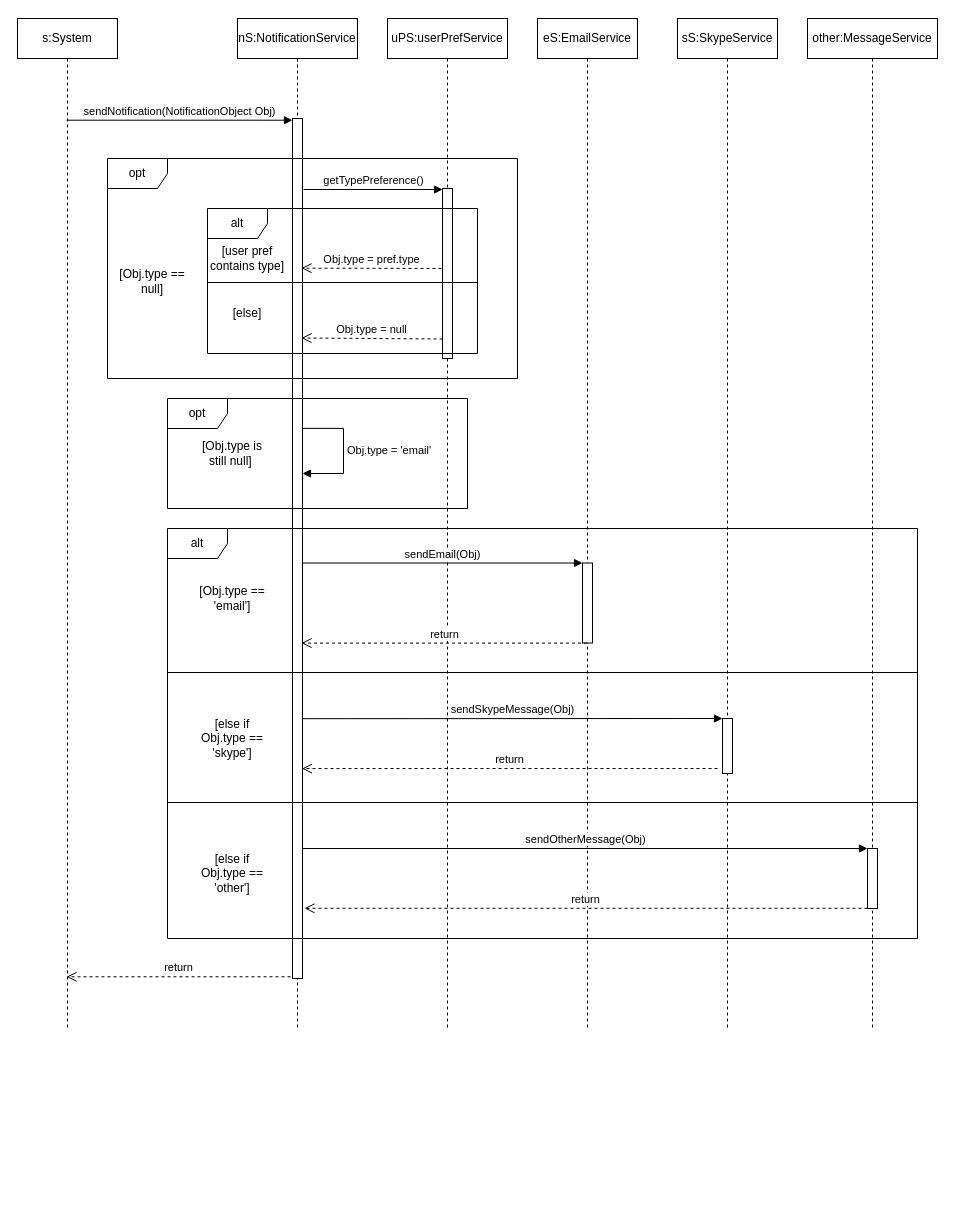
Earlier version of the draw.io diagram page "Sequence" (5 of 7) of Drawings/Microservices/Notifications/NotificationService.drawio (RMSLowside/rmslow). Source tidied: cells renumbered, new cells numbered last; positions are measured from the earlier drawing's top-left corner, leaving out a move shared by most shapes. Both pictures are drawn from the tidied source at 100%, with x=0, y=0 at pixel (17, 18).
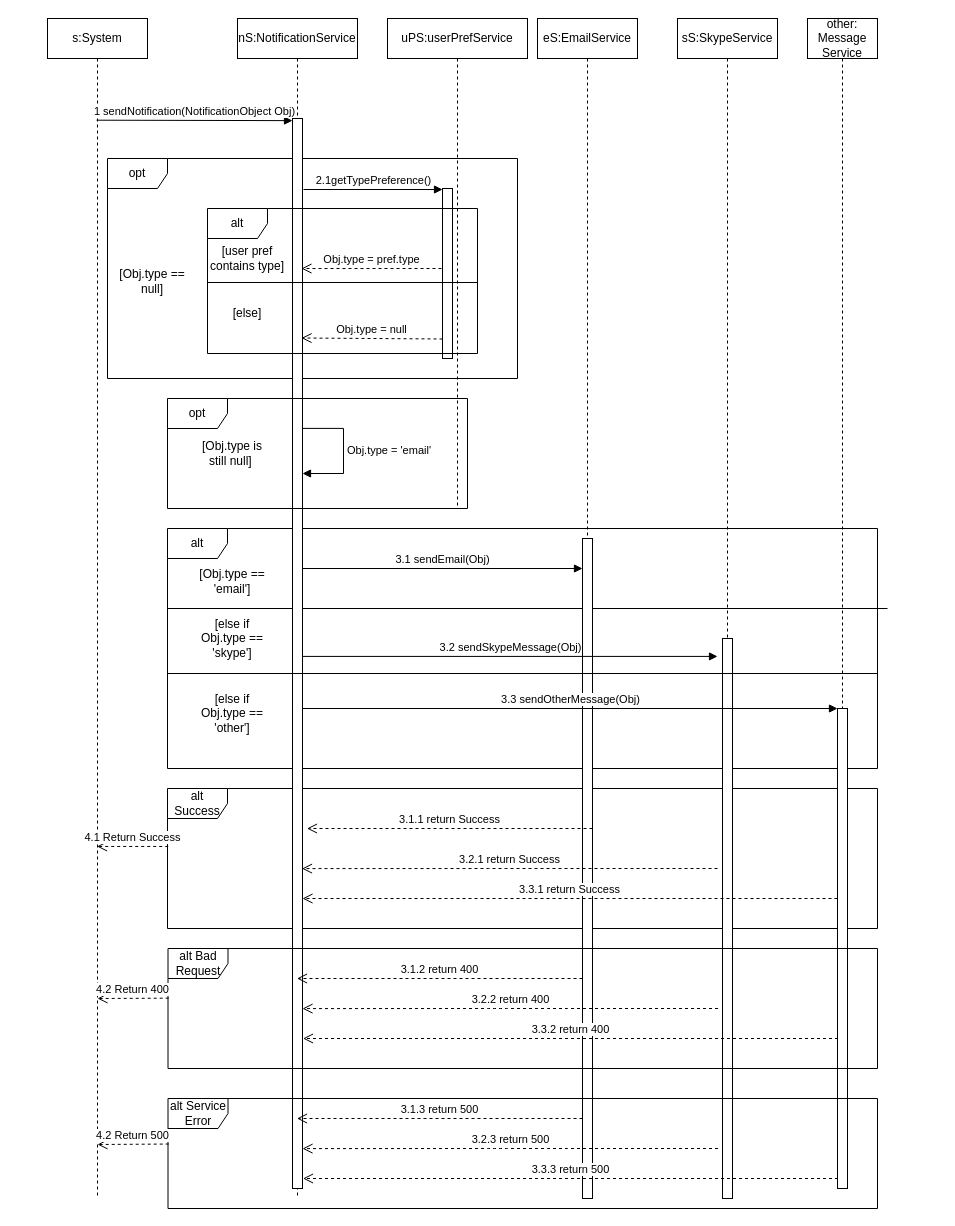
After the change.

Unchanged cells that the change refers to:
```xml
<mxCell id="36" value="alt" style="shape=umlFrame;whiteSpace=wrap;html=1;fontFamily=Helvetica;" parent="1" vertex="1">
  <mxGeometry x="190" y="190" width="270" height="145" as="geometry" />
</mxCell>
```

Diff of the diagram source:
```diff
@@
+    <mxCell id="39" value="alt Success" style="shape=umlFrame;whiteSpace=wrap;html=1;" parent="1" vertex="1">
+      <mxGeometry x="150" y="770" width="710" height="140" as="geometry" />
+    </mxCell>
+    <mxCell id="37" value="opt" style="shape=umlFrame;whiteSpace=wrap;html=1;fontFamily=Helvetica;" parent="1" vertex="1">
+      <mxGeometry x="90" y="140" width="410" height="220" as="geometry" />
+    </mxCell>
+    <mxCell id="34" value="alt" style="shape=umlFrame;whiteSpace=wrap;html=1;" parent="1" vertex="1">
+      <mxGeometry x="150" y="510" width="710" height="240" as="geometry" />
+    </mxCell>
     <mxCell id="2" value="uPS:userPrefService" style="shape=umlLifeline;perimeter=lifelinePerimeter;whiteSpace=wrap;html=1;" parent="1" vertex="1">
-      <mxGeometry x="370" width="120" height="1010" as="geometry" />
+      <mxGeometry x="370" width="140" height="490" as="geometry" />
     </mxCell>
@@
+    <mxCell id="14" style="line;strokeWidth=1;fillColor=none;align=left;verticalAlign=middle;spacingTop=-1;spacingLeft=3;spacingRight=3;labelPosition=right;" parent="2" vertex="1">
+      <mxGeometry x="-220" y="546" width="720" height="88" as="geometry" />
+    </mxCell>
     <mxCell id="4" value="nS:NotificationService" style="shape=umlLifeline;perimeter=lifelinePerimeter;whiteSpace=wrap;html=1;" parent="1" vertex="1">
-      <mxGeometry x="220" width="120" height="1010" as="geometry" />
+      <mxGeometry x="220" width="120" height="1180" as="geometry" />
     </mxCell>
     <mxCell id="5" style="html=1;points=[];perimeter=orthogonalPerimeter;" parent="4" vertex="1">
-      <mxGeometry x="55" y="100" width="10" height="860" as="geometry" />
+      <mxGeometry x="55" y="100" width="10" height="1070" as="geometry" />
     </mxCell>
@@
     <mxCell id="8" value="sS:SkypeService" style="shape=umlLifeline;perimeter=lifelinePerimeter;whiteSpace=wrap;html=1;" parent="1" vertex="1">
-      <mxGeometry x="660" width="100" height="1010" as="geometry" />
+      <mxGeometry x="660" width="100" height="1140" as="geometry" />
     </mxCell>
     <mxCell id="9" style="html=1;points=[];perimeter=orthogonalPerimeter;" parent="8" vertex="1">
-      <mxGeometry x="45" y="700" width="10" height="55" as="geometry" />
+      <mxGeometry x="45" y="620" width="10" height="560" as="geometry" />
     </mxCell>
-    <mxCell id="10" value="other:MessageService" style="shape=umlLifeline;perimeter=lifelinePerimeter;whiteSpace=wrap;html=1;" parent="1" vertex="1">
-      <mxGeometry x="790" width="130" height="1010" as="geometry" />
+    <mxCell id="10" value="other: Message Service" style="shape=umlLifeline;perimeter=lifelinePerimeter;whiteSpace=wrap;html=1;" parent="1" vertex="1">
+      <mxGeometry x="790" width="70" height="1170" as="geometry" />
     </mxCell>
     <mxCell id="11" style="html=1;points=[];perimeter=orthogonalPerimeter;" parent="10" vertex="1">
-      <mxGeometry x="60" y="830" width="10" height="60" as="geometry" />
+      <mxGeometry x="30" y="690" width="10" height="480" as="geometry" />
     </mxCell>
     <mxCell id="12" style="html=1;points=[];perimeter=orthogonalPerimeter;" parent="1" vertex="1">
-      <mxGeometry x="565" y="544.5" width="10" height="80" as="geometry" />
+      <mxGeometry x="565" y="520" width="10" height="660" as="geometry" />
     </mxCell>
-    <mxCell id="13" value="sendEmail(Obj)" style="html=1;verticalAlign=bottom;endArrow=block;entryX=0;entryY=0;exitX=1;exitY=0.151;exitDx=0;exitDy=0;exitPerimeter=0;" parent="1" edge="1" target="12">
+    <mxCell id="13" value="3.1 sendEmail(Obj)" style="html=1;verticalAlign=bottom;endArrow=block;entryX=0;entryY=0;exitX=1;exitY=0.151;exitDx=0;exitDy=0;exitPerimeter=0;" parent="1" edge="1">
       <mxGeometry relative="1" as="geometry">
-        <mxPoint x="285" y="544.5" as="sourcePoint" />
+        <mxPoint x="285" y="550" as="sourcePoint" />
+        <mxPoint x="565" y="550" as="targetPoint" />
       </mxGeometry>
     </mxCell>
-    <mxCell id="14" style="line;strokeWidth=1;fillColor=none;align=left;verticalAlign=middle;spacingTop=-1;spacingLeft=3;spacingRight=3;labelPosition=right;" parent="1" vertex="1">
-      <mxGeometry x="150" y="650" width="750" height="8" as="geometry" />
-    </mxCell>
     <mxCell id="15" style="line;strokeWidth=1;fillColor=none;align=left;verticalAlign=middle;spacingTop=-1;spacingLeft=3;spacingRight=3;labelPosition=right;" parent="1" vertex="1">
-      <mxGeometry x="150" y="780" width="750" height="8" as="geometry" />
+      <mxGeometry x="150" y="610" width="710" height="90" as="geometry" />
     </mxCell>
-    <mxCell id="16" value="sendSkypeMessage(Obj)" style="html=1;verticalAlign=bottom;endArrow=block;entryX=0;entryY=0;exitX=1;exitY=0.491;exitDx=0;exitDy=0;exitPerimeter=0;" parent="1" edge="1" target="9">
-      <mxGeometry relative="1" as="geometry">
-        <mxPoint x="285" y="700.2" as="sourcePoint" />
-      </mxGeometry>
+    <mxCell id="16" value="3.2 sendSkypeMessage(Obj)" style="html=1;verticalAlign=bottom;endArrow=block;entryX=-0.5;entryY=0.032;entryDx=0;entryDy=0;entryPerimeter=0;" parent="1" edge="1" source="5" target="9">
+      <mxGeometry relative="1" as="geometry" />
     </mxCell>
     <mxCell id="17" value="[Obj.type == 'email']" style="text;html=1;strokeColor=none;fillColor=none;align=center;verticalAlign=middle;whiteSpace=wrap;rounded=0;" parent="1" vertex="1">
-      <mxGeometry x="170" y="557.2" width="90" height="45.5" as="geometry" />
+      <mxGeometry x="170" y="540" width="90" height="45.5" as="geometry" />
     </mxCell>
     <mxCell id="18" value="[else if &lt;br&gt;Obj.type == 'skype']" style="text;html=1;strokeColor=none;fillColor=none;align=center;verticalAlign=middle;whiteSpace=wrap;rounded=0;" parent="1" vertex="1">
-      <mxGeometry x="170" y="700" width="90" height="40" as="geometry" />
+      <mxGeometry x="170" y="600" width="90" height="40" as="geometry" />
     </mxCell>
     <mxCell id="19" value="[else if &lt;br&gt;Obj.type == 'other']" style="text;html=1;strokeColor=none;fillColor=none;align=center;verticalAlign=middle;whiteSpace=wrap;rounded=0;" parent="1" vertex="1">
-      <mxGeometry x="170" y="840" width="90" height="30" as="geometry" />
+      <mxGeometry x="170" y="680" width="90" height="30" as="geometry" />
     </mxCell>
-    <mxCell id="20" value="sendOtherMessage(Obj)" style="html=1;verticalAlign=bottom;endArrow=block;entryX=0;entryY=0;" parent="1" edge="1" target="11">
-      <mxGeometry relative="1" as="geometry">
-        <mxPoint x="285" y="830" as="sourcePoint" />
-      </mxGeometry>
+    <mxCell id="20" value="3.3 sendOtherMessage(Obj)" style="html=1;verticalAlign=bottom;endArrow=block;" parent="1" edge="1" source="5" target="11">
+      <mxGeometry relative="1" as="geometry" />
     </mxCell>
-    <mxCell id="21" value="return" style="html=1;verticalAlign=bottom;endArrow=open;dashed=1;endSize=8;exitX=-0.2;exitY=0.998;exitDx=0;exitDy=0;exitPerimeter=0;" parent="1" edge="1" source="5">
-      <mxGeometry relative="1" as="geometry">
-        <mxPoint x="49.1" y="958.3" as="targetPoint" />
-      </mxGeometry>
-    </mxCell>
     <mxCell id="22" value="s:System" style="shape=umlLifeline;perimeter=lifelinePerimeter;whiteSpace=wrap;html=1;outlineConnect=0;" parent="1" vertex="1">
-      <mxGeometry width="100" height="1010" as="geometry" />
+      <mxGeometry x="30" width="100" height="1180" as="geometry" />
     </mxCell>
-    <mxCell id="23" value="return" style="html=1;verticalAlign=bottom;endArrow=open;dashed=1;endSize=8;entryX=0.9;entryY=0.302;entryDx=0;entryDy=0;entryPerimeter=0;" parent="1" edge="1">
-      <mxGeometry relative="1" as="geometry">
-        <mxPoint x="569.5" y="624.6" as="sourcePoint" />
-        <mxPoint x="284" y="624.6" as="targetPoint" />
-      </mxGeometry>
-    </mxCell>
-    <mxCell id="24" value="return" style="html=1;verticalAlign=bottom;endArrow=open;dashed=1;endSize=8;entryX=1.2;entryY=0.811;entryDx=0;entryDy=0;entryPerimeter=0;" parent="1" edge="1" source="11">
-      <mxGeometry relative="1" as="geometry">
-        <mxPoint x="287" y="889.8" as="targetPoint" />
-      </mxGeometry>
-    </mxCell>
-    <mxCell id="25" value="return" style="html=1;verticalAlign=bottom;endArrow=open;dashed=1;endSize=8;entryX=1;entryY=0.536;entryDx=0;entryDy=0;entryPerimeter=0;" parent="1" edge="1">
-      <mxGeometry relative="1" as="geometry">
-        <mxPoint x="700" y="750" as="sourcePoint" />
-        <mxPoint x="284.5" y="750.1" as="targetPoint" />
-        <Array as="points">
-          <mxPoint x="539.5" y="750" />
-          <mxPoint x="479.5" y="750" />
-        </Array>
-      </mxGeometry>
-    </mxCell>
-    <mxCell id="26" value="sendNotification(NotificationObject Obj)" style="html=1;verticalAlign=bottom;endArrow=block;entryX=0;entryY=0.002;entryDx=0;entryDy=0;entryPerimeter=0;" parent="1" edge="1" target="5">
+    <mxCell id="26" value="1 sendNotification(NotificationObject Obj)" style="html=1;verticalAlign=bottom;endArrow=block;entryX=0;entryY=0.002;entryDx=0;entryDy=0;entryPerimeter=0;" parent="1" edge="1" target="5">
       <mxGeometry relative="1" as="geometry">
-        <mxPoint x="49.1" y="101.7" as="sourcePoint" />
+        <mxPoint x="79.1" y="101.7" as="sourcePoint" />
       </mxGeometry>
     </mxCell>
-    <mxCell id="27" value="Obj.type = pref.type" style="html=1;verticalAlign=bottom;endArrow=open;dashed=1;endSize=8;fontFamily=Helvetica;entryX=0.9;entryY=0.174;entryDx=0;entryDy=0;entryPerimeter=0;" parent="1" edge="1" target="5">
+    <mxCell id="27" value="Obj.type = pref.type" style="html=1;verticalAlign=bottom;endArrow=open;dashed=1;endSize=8;fontFamily=Helvetica;entryX=0.348;entryY=0.414;entryDx=0;entryDy=0;entryPerimeter=0;" parent="1" edge="1" target="36">
       <mxGeometry relative="1" as="geometry">
         <mxPoint x="424" y="250" as="sourcePoint" />
       </mxGeometry>
     </mxCell>
@@
-    <mxCell id="32" value="getTypePreference()" style="html=1;verticalAlign=bottom;endArrow=block;fontFamily=Helvetica;" parent="1" edge="1">
+    <mxCell id="32" value="2.1getTypePreference()" style="html=1;verticalAlign=bottom;endArrow=block;fontFamily=Helvetica;" parent="1" edge="1">
       <mxGeometry relative="1" as="geometry">
         <mxPoint x="286" y="171" as="sourcePoint" />
         <mxPoint x="425" y="171" as="targetPoint" />
       </mxGeometry>
     </mxCell>
@@
-    <mxCell id="34" value="alt" style="shape=umlFrame;whiteSpace=wrap;html=1;" parent="1" vertex="1">
-      <mxGeometry x="150" y="510" width="750" height="410" as="geometry" />
-    </mxCell>
@@
-    <mxCell id="37" value="opt" style="shape=umlFrame;whiteSpace=wrap;html=1;fontFamily=Helvetica;" parent="1" vertex="1">
-      <mxGeometry x="90" y="140" width="410" height="220" as="geometry" />
-    </mxCell>
@@
+    <mxCell id="40" value="3.1.1 return Success" style="html=1;verticalAlign=bottom;endArrow=open;dashed=1;endSize=8;entryX=0.9;entryY=0.302;entryDx=0;entryDy=0;entryPerimeter=0;" parent="1" edge="1">
+      <mxGeometry relative="1" as="geometry">
+        <mxPoint x="575" y="810" as="sourcePoint" />
+        <mxPoint x="289.5" y="810" as="targetPoint" />
+      </mxGeometry>
+    </mxCell>
+    <mxCell id="41" value="3.3.1 return Success" style="html=1;verticalAlign=bottom;endArrow=open;dashed=1;endSize=8;" parent="1" edge="1">
+      <mxGeometry relative="1" as="geometry">
+        <mxPoint x="820" y="880" as="sourcePoint" />
+        <mxPoint x="285" y="880" as="targetPoint" />
+      </mxGeometry>
+    </mxCell>
+    <mxCell id="42" value="&lt;div&gt;3.2.1 return Success&lt;/div&gt;" style="html=1;verticalAlign=bottom;endArrow=open;dashed=1;endSize=8;entryX=1;entryY=0.536;entryDx=0;entryDy=0;entryPerimeter=0;" parent="1" edge="1">
+      <mxGeometry relative="1" as="geometry">
+        <mxPoint x="700" y="850" as="sourcePoint" />
+        <mxPoint x="284.5" y="850.1" as="targetPoint" />
+        <Array as="points">
+          <mxPoint x="539.5" y="850" />
+          <mxPoint x="479.5" y="850" />
+        </Array>
+      </mxGeometry>
+    </mxCell>
+    <mxCell id="43" value="4.1 Return Success" style="html=1;verticalAlign=bottom;endArrow=open;dashed=1;endSize=8;exitX=0.001;exitY=0.414;exitDx=0;exitDy=0;exitPerimeter=0;" parent="1" edge="1" source="39" target="22">
+      <mxGeometry relative="1" as="geometry" />
+    </mxCell>
+    <mxCell id="44" value="alt Bad Request" style="shape=umlFrame;whiteSpace=wrap;html=1;" parent="1" vertex="1">
+      <mxGeometry x="150.5" y="930" width="709.5" height="120" as="geometry" />
+    </mxCell>
+    <mxCell id="45" value="3.1.2 return 400" style="html=1;verticalAlign=bottom;endArrow=open;dashed=1;endSize=8;entryX=0.9;entryY=0.302;entryDx=0;entryDy=0;entryPerimeter=0;" parent="1" edge="1">
+      <mxGeometry relative="1" as="geometry">
+        <mxPoint x="565" y="960" as="sourcePoint" />
+        <mxPoint x="279.5" y="960" as="targetPoint" />
+      </mxGeometry>
+    </mxCell>
+    <mxCell id="46" value="3.3.2 return 400" style="html=1;verticalAlign=bottom;endArrow=open;dashed=1;endSize=8;" parent="1" edge="1">
+      <mxGeometry relative="1" as="geometry">
+        <mxPoint x="820.5" y="1020" as="sourcePoint" />
+        <mxPoint x="285.5" y="1020" as="targetPoint" />
+      </mxGeometry>
+    </mxCell>
+    <mxCell id="47" value="&lt;div&gt;3.2.2 return 400&lt;/div&gt;" style="html=1;verticalAlign=bottom;endArrow=open;dashed=1;endSize=8;entryX=1;entryY=0.536;entryDx=0;entryDy=0;entryPerimeter=0;" parent="1" edge="1">
+      <mxGeometry relative="1" as="geometry">
+        <mxPoint x="700.5" y="990" as="sourcePoint" />
+        <mxPoint x="285" y="990.1" as="targetPoint" />
+        <Array as="points">
+          <mxPoint x="540" y="990" />
+          <mxPoint x="480" y="990" />
+        </Array>
+      </mxGeometry>
+    </mxCell>
+    <mxCell id="48" value="4.2 Return 400" style="html=1;verticalAlign=bottom;endArrow=open;dashed=1;endSize=8;exitX=0.001;exitY=0.414;exitDx=0;exitDy=0;exitPerimeter=0;" parent="1" edge="1" source="44">
+      <mxGeometry relative="1" as="geometry">
+        <mxPoint x="80" y="980" as="targetPoint" />
+      </mxGeometry>
+    </mxCell>
+    <mxCell id="49" value="alt Service Error" style="shape=umlFrame;whiteSpace=wrap;html=1;" parent="1" vertex="1">
+      <mxGeometry x="150.5" y="1080" width="709.5" height="110" as="geometry" />
+    </mxCell>
+    <mxCell id="50" value="3.1.3 return 500" style="html=1;verticalAlign=bottom;endArrow=open;dashed=1;endSize=8;entryX=0.9;entryY=0.302;entryDx=0;entryDy=0;entryPerimeter=0;" parent="1" edge="1">
+      <mxGeometry relative="1" as="geometry">
+        <mxPoint x="565" y="1100" as="sourcePoint" />
+        <mxPoint x="279.5" y="1100" as="targetPoint" />
+      </mxGeometry>
+    </mxCell>
+    <mxCell id="51" value="3.3.3 return 500" style="html=1;verticalAlign=bottom;endArrow=open;dashed=1;endSize=8;" parent="1" edge="1">
+      <mxGeometry relative="1" as="geometry">
+        <mxPoint x="820.5" y="1160" as="sourcePoint" />
+        <mxPoint x="285.5" y="1160" as="targetPoint" />
+      </mxGeometry>
+    </mxCell>
+    <mxCell id="52" value="&lt;div&gt;3.2.3 return 500&lt;br&gt;&lt;/div&gt;" style="html=1;verticalAlign=bottom;endArrow=open;dashed=1;endSize=8;entryX=1;entryY=0.536;entryDx=0;entryDy=0;entryPerimeter=0;" parent="1" edge="1">
+      <mxGeometry relative="1" as="geometry">
+        <mxPoint x="700.5" y="1130" as="sourcePoint" />
+        <mxPoint x="285" y="1130.1" as="targetPoint" />
+        <Array as="points">
+          <mxPoint x="540" y="1130" />
+          <mxPoint x="480" y="1130" />
+        </Array>
+      </mxGeometry>
+    </mxCell>
+    <mxCell id="53" value="4.2 Return 500" style="html=1;verticalAlign=bottom;endArrow=open;dashed=1;endSize=8;exitX=0.001;exitY=0.414;exitDx=0;exitDy=0;exitPerimeter=0;" parent="1" edge="1" source="49">
+      <mxGeometry relative="1" as="geometry">
+        <mxPoint x="80" y="1126" as="targetPoint" />
+      </mxGeometry>
+    </mxCell>
```
